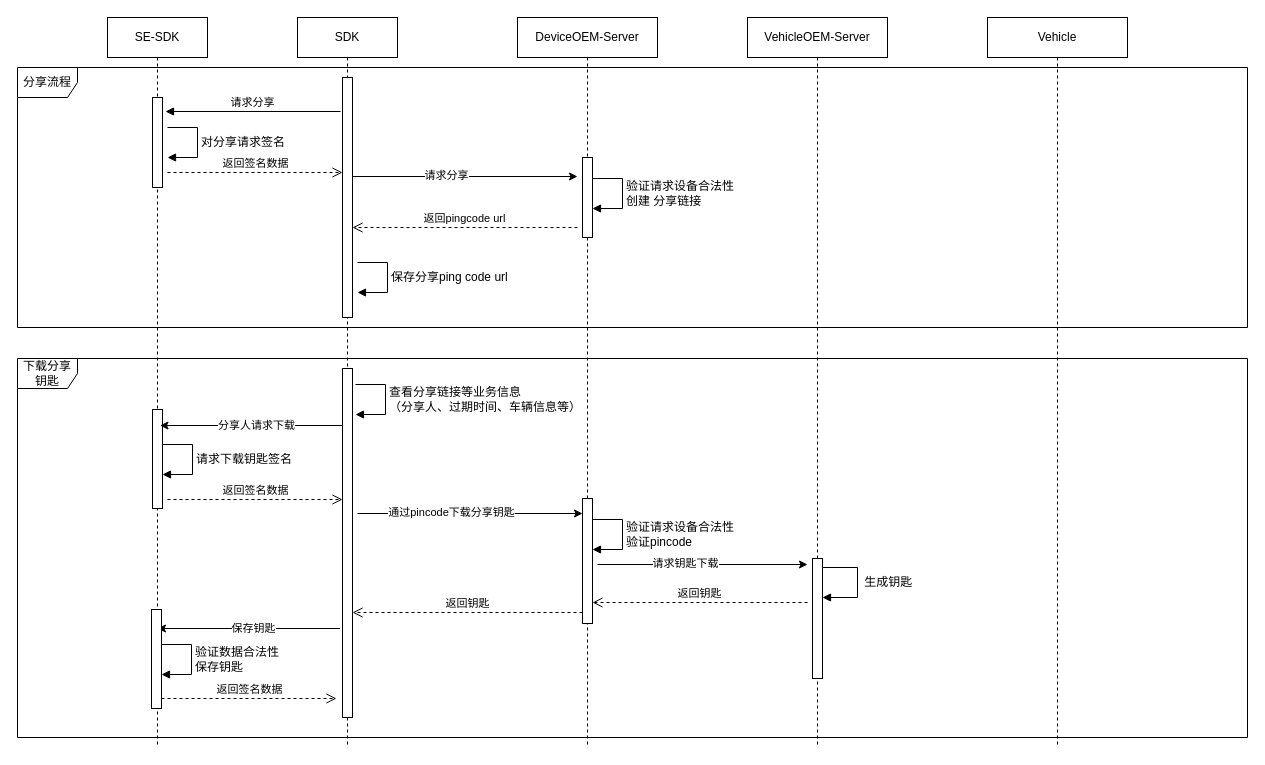
This is 分享钥匙.drawio from jianguocong/chart, a draw.io file, before an edit. Source tidied: cells renumbered, new cells numbered last; positions are measured from the earlier drawing's top-left corner, leaving out a move shared by most shapes. Both pictures are drawn from the tidied source at 100%, with x=0, y=0 at pixel (17, 17).
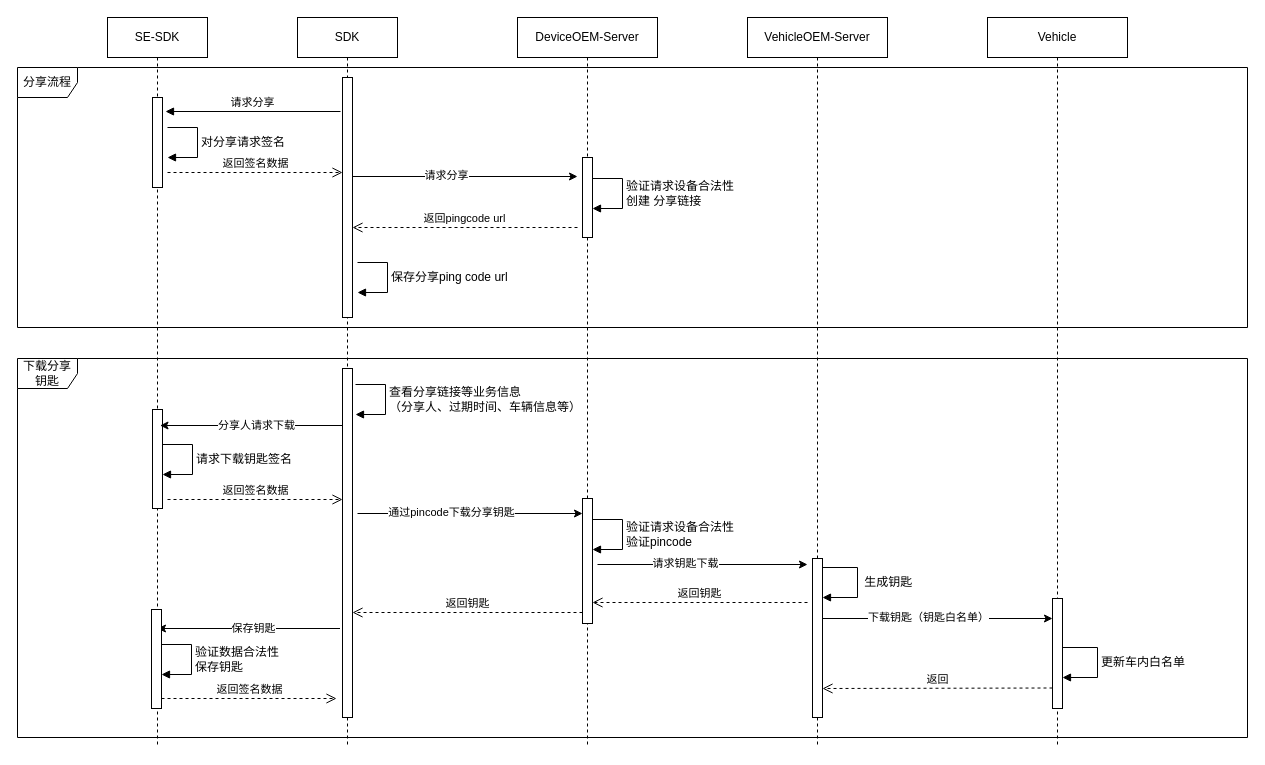
Above is the later version.

Commit message:
更新分享钥匙.drawio

Unchanged cells that the change refers to:
```xml
<mxCell id="18" value="VehicleOEM-Server" style="shape=umlLifeline;perimeter=lifelinePerimeter;whiteSpace=wrap;html=1;newEdgeStyle={&quot;edgeStyle&quot;:&quot;elbowEdgeStyle&quot;,&quot;elbow&quot;:&quot;vertical&quot;,&quot;curved&quot;:0,&quot;rounded&quot;:0};" parent="1" vertex="1">
  <mxGeometry x="730" width="140" height="730" as="geometry" />
</mxCell>
<mxCell id="21" value="Vehicle" style="shape=umlLifeline;perimeter=lifelinePerimeter;whiteSpace=wrap;html=1;newEdgeStyle={&quot;edgeStyle&quot;:&quot;elbowEdgeStyle&quot;,&quot;elbow&quot;:&quot;vertical&quot;,&quot;curved&quot;:0,&quot;rounded&quot;:0};" parent="1" vertex="1">
  <mxGeometry x="970" width="140" height="730" as="geometry" />
</mxCell>
```

The edit, as a diff of the source:
```diff
@@
     <mxCell id="19" style="html=1;perimeter=orthogonalPerimeter;targetShapes=umlLifeline;newEdgeStyle={&quot;edgeStyle&quot;:&quot;elbowEdgeStyle&quot;,&quot;elbow&quot;:&quot;vertical&quot;,&quot;curved&quot;:0,&quot;rounded&quot;:0};" parent="18" vertex="1">
-      <mxGeometry x="65" y="541" width="10" height="120" as="geometry" />
+      <mxGeometry x="65" y="541" width="10" height="159" as="geometry" />
     </mxCell>
@@
+    <mxCell id="42" style="html=1;points=[];perimeter=orthogonalPerimeter;outlineConnect=0;targetShapes=umlLifeline;portConstraint=eastwest;newEdgeStyle={&quot;edgeStyle&quot;:&quot;elbowEdgeStyle&quot;,&quot;elbow&quot;:&quot;vertical&quot;,&quot;curved&quot;:0,&quot;rounded&quot;:0};" parent="21" vertex="1">
+      <mxGeometry x="65" y="581" width="10" height="110" as="geometry" />
+    </mxCell>
+    <mxCell id="43" value="更新车内白名单" style="html=1;align=left;spacingLeft=2;endArrow=block;rounded=0;edgeStyle=orthogonalEdgeStyle;curved=0;rounded=0;fontFamily=Helvetica;fontSize=12;fontColor=default;" parent="21" edge="1">
+      <mxGeometry relative="1" as="geometry">
+        <mxPoint x="75" y="630" as="sourcePoint" />
+        <mxPoint x="75" y="660" as="targetPoint" />
+        <Array as="points">
+          <mxPoint x="110" y="630" />
+          <mxPoint x="110" y="660" />
+        </Array>
+      </mxGeometry>
+    </mxCell>
+    <mxCell id="44" style="endArrow=classic;html=1;rounded=0;" parent="21" edge="1" target="42">
+      <mxGeometry relative="1" as="geometry">
+        <mxPoint x="-165" y="601" as="sourcePoint" />
+      </mxGeometry>
+    </mxCell>
+    <mxCell id="45" value="下载钥匙（钥匙白名单）" style="edgeLabel;html=1;align=center;verticalAlign=middle;" parent="44" vertex="1">
+      <mxGeometry x="-0.17" y="2" relative="1" as="geometry">
+        <mxPoint x="10" as="offset" />
+      </mxGeometry>
+    </mxCell>
+    <mxCell id="46" value="返回" style="html=1;verticalAlign=bottom;endArrow=open;dashed=1;endSize=8;edgeStyle=elbowEdgeStyle;elbow=vertical;curved=0;rounded=0;" parent="21" edge="1">
+      <mxGeometry relative="1" as="geometry">
+        <mxPoint x="65" y="670.5" as="sourcePoint" />
+        <mxPoint x="-165" y="670.5" as="targetPoint" />
+      </mxGeometry>
+    </mxCell>
```
